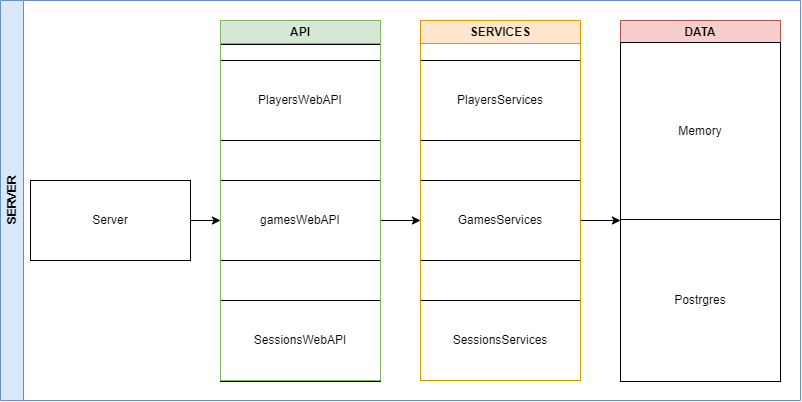
Above: assets/requestDetails.png in MarioRj16/LS (draw.io), before the change. Source tidied: cells renumbered, new cells last; positions are measured from the earlier drawing's top-left corner, leaving out a move shared by most shapes.
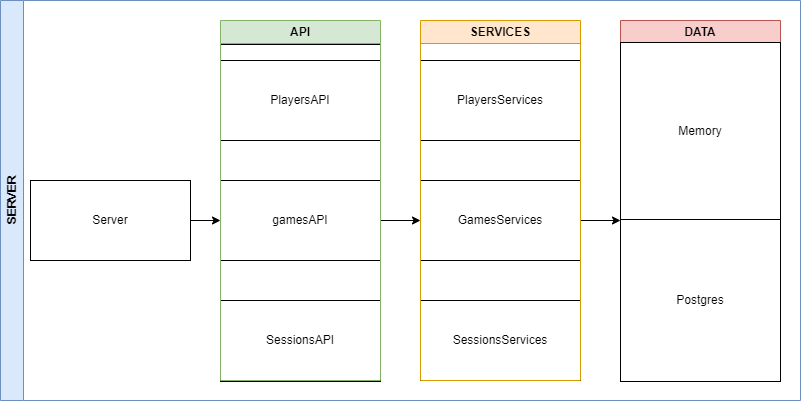
Above is the later version.

Change to the diagram source:
```diff
@@ -11,16 +11,16 @@
     <mxCell id="4" value="-" style="rounded=0;whiteSpace=wrap;html=1;" parent="2" vertex="1">
       <mxGeometry x="220" y="44" width="160" height="337" as="geometry" />
     </mxCell>
-    <mxCell id="5" value="PlayersWebAPI" style="rounded=0;whiteSpace=wrap;html=1;" parent="2" vertex="1">
+    <mxCell id="5" value="PlayersAPI" style="rounded=0;whiteSpace=wrap;html=1;" parent="2" vertex="1">
       <mxGeometry x="220" y="60" width="160" height="80" as="geometry" />
     </mxCell>
     <mxCell id="6" style="edgeStyle=orthogonalEdgeStyle;rounded=0;jettySize=auto;html=1;entryX=0;entryY=0.5;entryDx=0;entryDy=0;" parent="2" edge="1" source="7" target="12">
       <mxGeometry relative="1" as="geometry" />
     </mxCell>
-    <mxCell id="7" value="gamesWebAPI" style="rounded=0;whiteSpace=wrap;html=1;" parent="2" vertex="1">
+    <mxCell id="7" value="gamesAPI" style="rounded=0;whiteSpace=wrap;html=1;" parent="2" vertex="1">
       <mxGeometry x="220" y="180" width="160" height="80" as="geometry" />
     </mxCell>
-    <mxCell id="8" value="SessionsWebAPI" style="rounded=0;whiteSpace=wrap;html=1;" parent="2" vertex="1">
+    <mxCell id="8" value="SessionsAPI" style="rounded=0;whiteSpace=wrap;html=1;" parent="2" vertex="1">
       <mxGeometry x="220" y="300" width="160" height="80" as="geometry" />
     </mxCell>
     <mxCell id="9" value="API" style="swimlane;whiteSpace=wrap;html=1;fillColor=#d5e8d4;strokeColor=#82b366;" parent="2" vertex="1">
@@ -49,7 +49,7 @@
     <mxCell id="16" value="Memory" style="rounded=0;whiteSpace=wrap;html=1;" parent="15" vertex="1">
       <mxGeometry y="22" width="160" height="177" as="geometry" />
     </mxCell>
-    <mxCell id="17" value="Postrgres" style="rounded=0;whiteSpace=wrap;html=1;" parent="15" vertex="1">
+    <mxCell id="17" value="Postgres" style="rounded=0;whiteSpace=wrap;html=1;" parent="15" vertex="1">
       <mxGeometry y="199" width="160" height="162" as="geometry" />
     </mxCell>
     <mxCell id="18" value="Server" style="rounded=0;whiteSpace=wrap;html=1;" parent="2" vertex="1">
```
